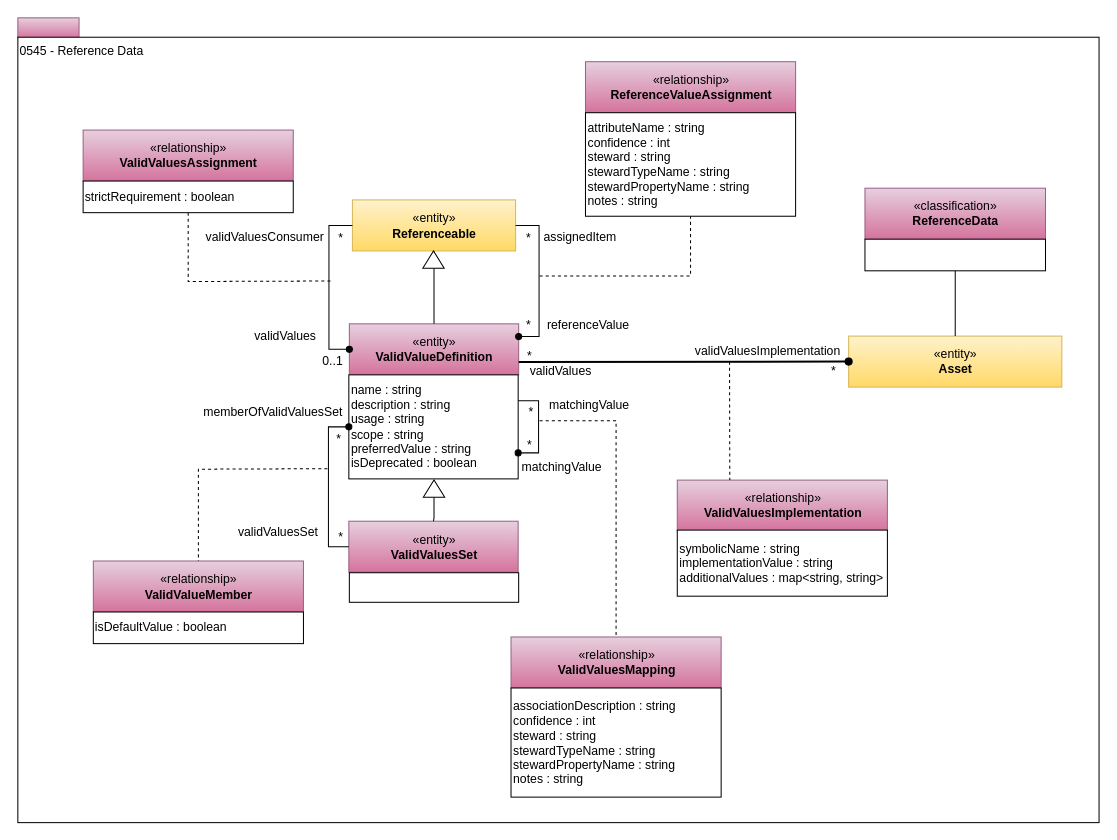
Above: page "0545-Reference-Data" (26 of 34) of site/docs/types/5/area-5-models-and-schema.drawio in odpi/egeria-docs (draw.io), before the change. Source tidied: cells renumbered, new cells numbered last; positions are measured from the earlier drawing's top-left corner, leaving out a move shared by most shapes. Both pictures are drawn from the tidied source at 102%, with x=0, y=0 at pixel (17, 17).
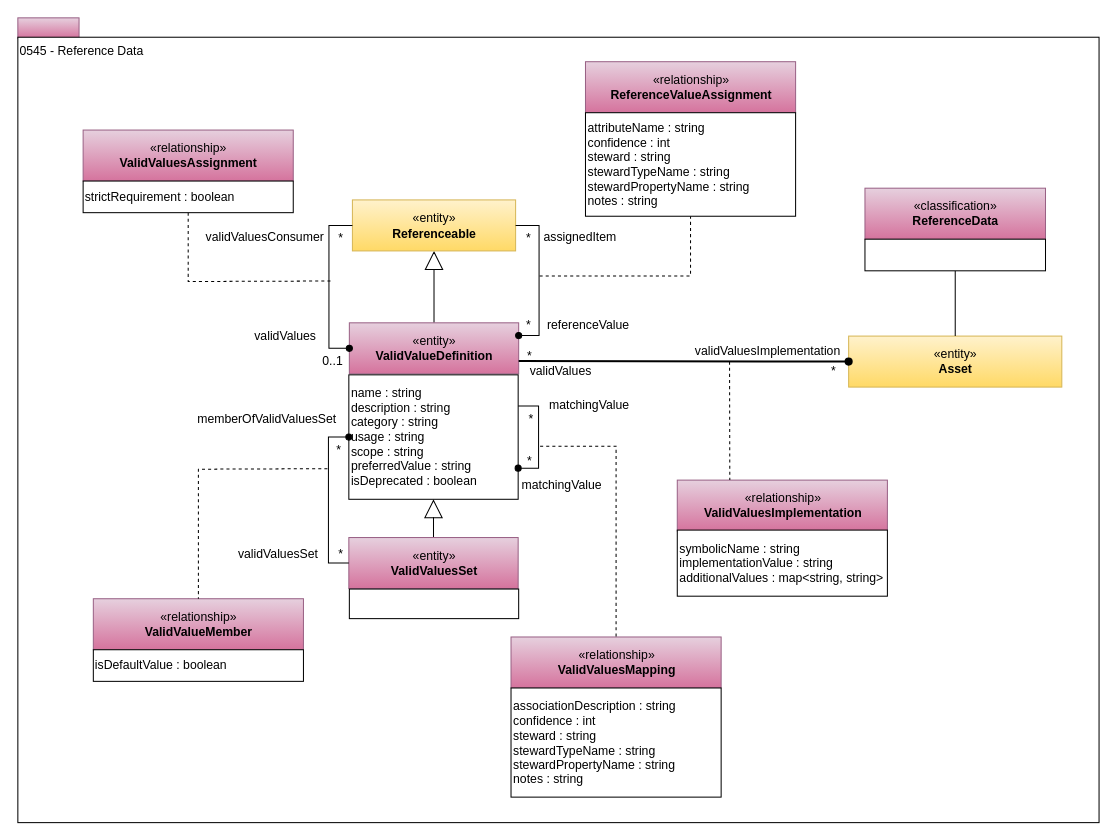
The same diagram, later.

Unchanged cells that the change refers to:
```xml
<mxCell id="7" value="«entity»&lt;br&gt;&lt;b&gt;Referenceable&lt;/b&gt;" style="html=1;strokeColor=#d6b656;align=center;fillColor=#fff2cc;gradientColor=#ffd966;" parent="1" vertex="1">
  <mxGeometry x="328" y="178.5" width="160" height="50" as="geometry" />
</mxCell>
<mxCell id="41" value="«relationship»&lt;br&gt;&lt;b&gt;ValidValuesMapping&lt;/b&gt;" style="html=1;strokeColor=#996185;align=center;fillColor=#e6d0de;gradientColor=#d5739d;" parent="1" vertex="1">
  <mxGeometry x="483.5" y="607" width="206" height="50" as="geometry" />
</mxCell>
```

The edit, as a diff of the source:
```diff
@@
+    <mxCell id="57" style="edgeStyle=orthogonalEdgeStyle;rounded=0;jettySize=auto;html=1;exitX=0.5;exitY=0;exitDx=0;exitDy=0;endArrow=block;endFill=0;endSize=16;" parent="1" edge="1" source="4" target="7">
+      <mxGeometry relative="1" as="geometry" />
+    </mxCell>
     <mxCell id="4" value="«entity»&lt;br&gt;&lt;b&gt;ValidValueDefinition&lt;/b&gt;" style="html=1;strokeColor=#996185;align=center;fillColor=#e6d0de;gradientColor=#d5739d;" parent="1" vertex="1">
-      <mxGeometry x="325" y="300" width="166" height="50" as="geometry" />
+      <mxGeometry x="325" y="299" width="166" height="50" as="geometry" />
     </mxCell>
-    <mxCell id="5" value="&lt;span&gt;name : string&lt;br&gt;&lt;/span&gt;&lt;span&gt;description : string&lt;/span&gt;&lt;br&gt;&lt;span&gt;usage : string&lt;/span&gt;&lt;br&gt;&lt;span&gt;scope : string&lt;br&gt;preferredValue : string&lt;br&gt;isDeprecated : boolean&lt;br&gt;&lt;/span&gt;" style="rounded=0;whiteSpace=wrap;html=1;strokeColor=#000000;gradientColor=#ffffff;align=left;" parent="1" vertex="1">
-      <mxGeometry x="324.5" y="350" width="166" height="102" as="geometry" />
+    <mxCell id="5" value="&lt;span&gt;name : string&lt;br&gt;&lt;/span&gt;&lt;span&gt;description : string&lt;br&gt;&lt;/span&gt;category : string&lt;br&gt;&lt;span&gt;usage : string&lt;/span&gt;&lt;br&gt;&lt;span&gt;scope : string&lt;br&gt;preferredValue : string&lt;br&gt;isDeprecated : boolean&lt;br&gt;&lt;/span&gt;" style="rounded=0;whiteSpace=wrap;html=1;strokeColor=#000000;gradientColor=#ffffff;align=left;" parent="1" vertex="1">
+      <mxGeometry x="324.5" y="350" width="166" height="122" as="geometry" />
     </mxCell>
-    <mxCell id="6" style="edgeStyle=orthogonalEdgeStyle;rounded=0;html=1;endArrow=none;endFill=0;jettySize=auto;" parent="1" edge="1" source="7" target="4">
-      <mxGeometry relative="1" as="geometry" />
-    </mxCell>
@@
-    <mxCell id="8" style="triangle;whiteSpace=wrap;html=1;strokeColor=#000000;gradientColor=#ffffff;align=center;rotation=-90;" parent="1" vertex="1">
-      <mxGeometry x="399" y="226.5" width="17" height="21" as="geometry" />
-    </mxCell>
@@
+    <mxCell id="58" style="edgeStyle=orthogonalEdgeStyle;rounded=0;jettySize=auto;html=1;exitX=0.5;exitY=0;exitDx=0;exitDy=0;endArrow=block;endFill=0;endSize=16;" parent="1" edge="1" source="20" target="5">
+      <mxGeometry relative="1" as="geometry" />
+    </mxCell>
     <mxCell id="20" value="«entity»&lt;br&gt;&lt;b&gt;ValidValuesSet&lt;/b&gt;" style="html=1;strokeColor=#996185;align=center;fillColor=#e6d0de;gradientColor=#d5739d;" parent="1" vertex="1">
-      <mxGeometry x="324.5" y="493.5" width="166" height="50" as="geometry" />
+      <mxGeometry x="324.5" y="509.5" width="166" height="50" as="geometry" />
     </mxCell>
     <mxCell id="21" style="rounded=0;whiteSpace=wrap;html=1;strokeColor=#000000;gradientColor=#ffffff;align=left;" parent="1" vertex="1">
-      <mxGeometry x="325" y="544" width="166" height="29" as="geometry" />
+      <mxGeometry x="325" y="560" width="166" height="29" as="geometry" />
     </mxCell>
-    <mxCell id="22" style="edgeStyle=orthogonalEdgeStyle;rounded=0;html=1;endArrow=none;endFill=0;jettySize=auto;exitX=0;exitY=0.5;exitDx=0;exitDy=0;" parent="1" edge="1" source="23" target="20">
-      <mxGeometry relative="1" as="geometry" />
-    </mxCell>
-    <mxCell id="23" style="triangle;whiteSpace=wrap;html=1;strokeColor=#000000;gradientColor=#ffffff;align=center;rotation=-90;" parent="1" vertex="1">
-      <mxGeometry x="399.5" y="451" width="17" height="21" as="geometry" />
-    </mxCell>
@@
     <mxCell id="27" value="memberOfValidValuesSet" style="text;html=1;strokeColor=none;fillColor=none;align=center;verticalAlign=middle;whiteSpace=wrap;rounded=0;" parent="1" vertex="1">
-      <mxGeometry x="204" y="377" width="93" height="20" as="geometry" />
+      <mxGeometry x="198" y="384" width="93" height="20" as="geometry" />
     </mxCell>
     <mxCell id="28" value="validValuesSet" style="text;html=1;strokeColor=none;fillColor=none;align=center;verticalAlign=middle;whiteSpace=wrap;rounded=0;" parent="1" vertex="1">
-      <mxGeometry x="209" y="493.5" width="93" height="20" as="geometry" />
+      <mxGeometry x="209" y="515.5" width="93" height="20" as="geometry" />
     </mxCell>
@@
     <mxCell id="31" value="*" style="text;html=1;strokeColor=none;fillColor=none;align=center;verticalAlign=middle;whiteSpace=wrap;rounded=0;" parent="1" vertex="1">
-      <mxGeometry x="294.5" y="403" width="40" height="20" as="geometry" />
+      <mxGeometry x="294.5" y="414" width="40" height="20" as="geometry" />
     </mxCell>
     <mxCell id="32" value="*" style="text;html=1;strokeColor=none;fillColor=none;align=center;verticalAlign=middle;whiteSpace=wrap;rounded=0;" parent="1" vertex="1">
-      <mxGeometry x="297" y="498.5" width="40" height="20" as="geometry" />
+      <mxGeometry x="297" y="515.5" width="40" height="20" as="geometry" />
     </mxCell>
@@
     <mxCell id="35" value="«relationship»&lt;br&gt;&lt;b&gt;ValidValueMember&lt;/b&gt;" style="html=1;strokeColor=#996185;align=center;fillColor=#e6d0de;gradientColor=#d5739d;" parent="1" vertex="1">
-      <mxGeometry x="74" y="532.5" width="206" height="50" as="geometry" />
+      <mxGeometry x="74" y="569.5" width="206" height="50" as="geometry" />
     </mxCell>
@@
     <mxCell id="37" value="isDefaultValue : boolean" style="rounded=0;whiteSpace=wrap;html=1;strokeColor=#000000;gradientColor=#ffffff;align=left;" parent="1" vertex="1">
-      <mxGeometry x="74" y="582.5" width="206" height="31" as="geometry" />
+      <mxGeometry x="74" y="619.5" width="206" height="31" as="geometry" />
     </mxCell>
@@
     <mxCell id="40" value="matchingValue" style="text;html=1;strokeColor=none;fillColor=none;align=center;verticalAlign=middle;whiteSpace=wrap;rounded=0;" parent="1" vertex="1">
-      <mxGeometry x="491" y="431" width="84.5" height="20" as="geometry" />
+      <mxGeometry x="491" y="448" width="84.5" height="20" as="geometry" />
     </mxCell>
@@
     <mxCell id="42" style="endArrow=none;dashed=1;html=1;entryX=0.5;entryY=0;edgeStyle=orthogonalEdgeStyle;rounded=0;entryDx=0;entryDy=0;" parent="1" edge="1" target="41">
       <mxGeometry relative="1" as="geometry">
-        <mxPoint x="511.5" y="395" as="sourcePoint" />
+        <mxPoint x="512" y="420" as="sourcePoint" />
         <Array as="points">
-          <mxPoint x="586.5" y="395" />
+          <mxPoint x="587" y="420" />
         </Array>
       </mxGeometry>
     </mxCell>
@@
     <mxCell id="44" value="*" style="text;html=1;align=center;verticalAlign=middle;" parent="1" vertex="1">
-      <mxGeometry x="495.5" y="378" width="15" height="18" as="geometry" />
+      <mxGeometry x="495.5" y="385" width="15" height="18" as="geometry" />
     </mxCell>
     <mxCell id="45" value="*" style="text;html=1;strokeColor=none;fillColor=none;align=center;verticalAlign=middle;whiteSpace=wrap;rounded=0;" parent="1" vertex="1">
-      <mxGeometry x="482" y="409" width="40" height="20" as="geometry" />
+      <mxGeometry x="482" y="425" width="40" height="20" as="geometry" />
     </mxCell>
```
